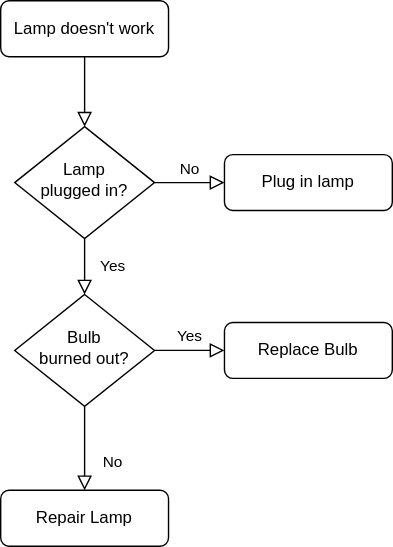
Above: DrawIO/数据类型.drawio.svg in hanwei808/Planner (draw.io), before the change. Source tidied: cells renumbered, new cells last; positions are measured from the earlier drawing's top-left corner, leaving out a move shared by most shapes.
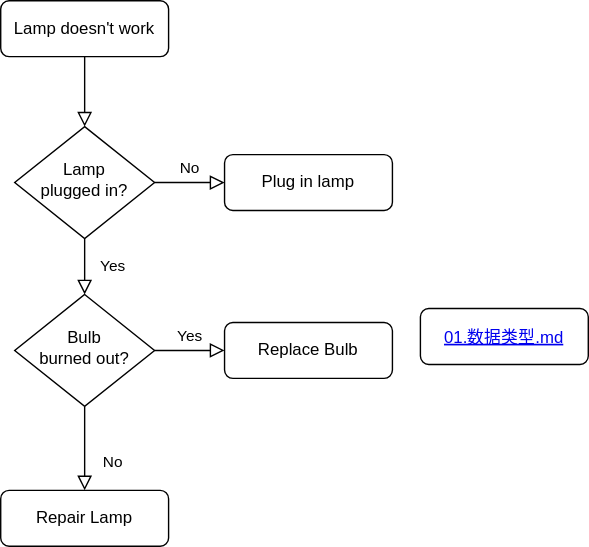
Later version of the same file.

Commit message:
更新数据类型.drawio.svg

Change to the diagram source:
```diff
@@ -35,5 +35,8 @@
     <mxCell id="12" value="Replace Bulb" style="rounded=1;whiteSpace=wrap;html=1;fontSize=12;glass=0;strokeWidth=1;shadow=0;" parent="1" vertex="1">
       <mxGeometry x="160" y="230" width="120" height="40" as="geometry" />
     </mxCell>
+    <mxCell id="13" value="01.数据类型.md" style="fontColor=#0000EE;fontStyle=4;rounded=1;overflow=hidden;spacing=10;" parent="1" vertex="1">
+      <mxGeometry x="300" y="220" width="120" height="40" as="geometry" />
+    </mxCell>
   </root>
 </mxGraphModel>
```
